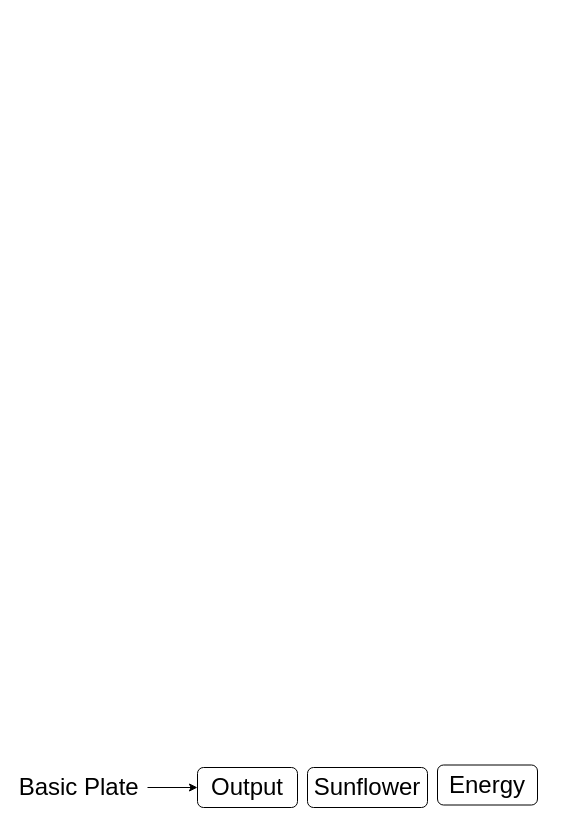
jak7b/modpackThings keeps this draw.io diagram as AutoBPlate.drawio. Above is the earlier version. Source tidied: cells renumbered, new cells numbered last; positions are measured from the earlier drawing's top-left corner, leaving out a move shared by most shapes. Both pictures are drawn from the tidied source at 100%, with x=0, y=0 at pixel (17, 765).
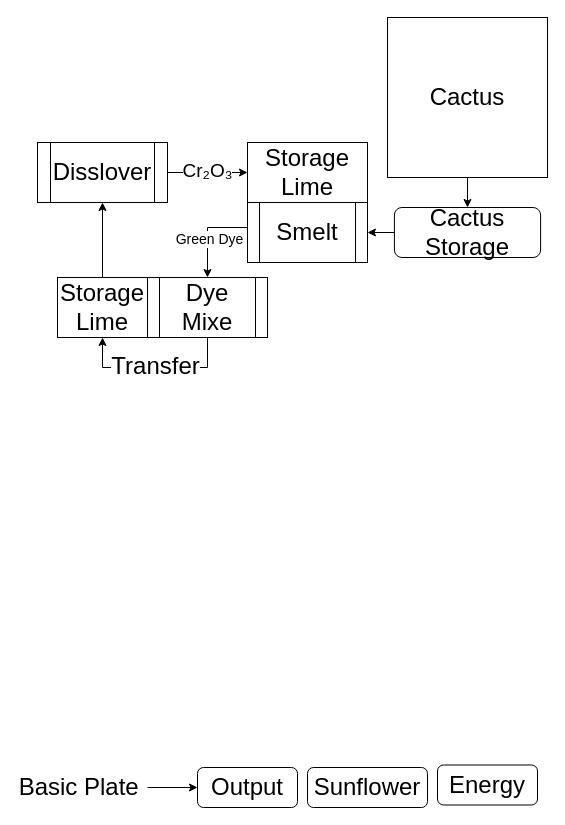
Above is the later version.

Change to the diagram source:
```diff
@@
+    <mxCell id="7" style="edgeStyle=orthogonalEdgeStyle;rounded=0;jettySize=auto;html=1;entryX=0.5;entryY=0;entryDx=0;entryDy=0;" parent="1" edge="1" source="8" target="10">
+      <mxGeometry relative="1" as="geometry" />
+    </mxCell>
+    <mxCell id="8" value="&lt;font style=&quot;font-size: 24px;&quot;&gt;Cactus&lt;/font&gt;" style="whiteSpace=wrap;html=1;" parent="1" vertex="1">
+      <mxGeometry x="370" y="-748" width="160" height="160" as="geometry" />
+    </mxCell>
+    <mxCell id="9" style="edgeStyle=orthogonalEdgeStyle;rounded=0;jettySize=auto;html=1;entryX=1;entryY=0.5;entryDx=0;entryDy=0;" parent="1" edge="1" source="10" target="13">
+      <mxGeometry relative="1" as="geometry" />
+    </mxCell>
+    <mxCell id="10" value="&lt;font style=&quot;font-size: 24px;&quot;&gt;Cactus Storage&lt;/font&gt;" style="rounded=1;whiteSpace=wrap;html=1;" parent="1" vertex="1">
+      <mxGeometry x="376.9" y="-558" width="146.2" height="50" as="geometry" />
+    </mxCell>
+    <mxCell id="11" style="edgeStyle=orthogonalEdgeStyle;rounded=0;jettySize=auto;html=1;entryX=0.5;entryY=0;entryDx=0;entryDy=0;" parent="1" edge="1" source="13" target="16">
+      <mxGeometry relative="1" as="geometry">
+        <Array as="points">
+          <mxPoint x="190" y="-538" />
+        </Array>
+      </mxGeometry>
+    </mxCell>
+    <mxCell id="12" value="&lt;font style=&quot;font-size: 14px;&quot;&gt;Green Dye&lt;/font&gt;" style="edgeLabel;html=1;align=center;verticalAlign=middle;" parent="11" vertex="1">
+      <mxGeometry x="0.14" y="1" relative="1" as="geometry" />
+    </mxCell>
+    <mxCell id="13" value="&lt;font style=&quot;font-size: 24px;&quot;&gt;Smelt&lt;/font&gt;" style="shape=process;whiteSpace=wrap;html=1;backgroundOutline=1;" parent="1" vertex="1">
+      <mxGeometry x="230" y="-563" width="120" height="60" as="geometry" />
+    </mxCell>
+    <mxCell id="14" style="edgeStyle=orthogonalEdgeStyle;rounded=0;jettySize=auto;html=1;entryX=0.5;entryY=1;entryDx=0;entryDy=0;" parent="1" edge="1" source="16" target="18">
+      <mxGeometry relative="1" as="geometry">
+        <Array as="points">
+          <mxPoint x="190" y="-398" />
+          <mxPoint x="85" y="-398" />
+        </Array>
+      </mxGeometry>
+    </mxCell>
+    <mxCell id="15" value="&lt;span style=&quot;font-size: 24px;&quot;&gt;Transfer&lt;br&gt;&lt;/span&gt;" style="edgeLabel;html=1;align=center;verticalAlign=middle;" parent="14" vertex="1">
+      <mxGeometry x="0.01" y="-2" relative="1" as="geometry" />
+    </mxCell>
+    <mxCell id="16" value="&lt;font style=&quot;font-size: 24px;&quot;&gt;Dye Mixe&lt;/font&gt;" style="shape=process;whiteSpace=wrap;html=1;backgroundOutline=1;" parent="1" vertex="1">
+      <mxGeometry x="130" y="-488" width="120" height="60" as="geometry" />
+    </mxCell>
+    <mxCell id="17" style="edgeStyle=orthogonalEdgeStyle;rounded=0;jettySize=auto;html=1;entryX=0.5;entryY=1;entryDx=0;entryDy=0;" parent="1" edge="1" source="18" target="21">
+      <mxGeometry relative="1" as="geometry" />
+    </mxCell>
+    <mxCell id="18" value="&lt;font style=&quot;font-size: 24px;&quot;&gt;Storage Lime&lt;/font&gt;" style="rounded=0;whiteSpace=wrap;html=1;" parent="1" vertex="1">
+      <mxGeometry x="40" y="-488" width="90" height="60" as="geometry" />
+    </mxCell>
+    <mxCell id="19" style="edgeStyle=orthogonalEdgeStyle;rounded=0;jettySize=auto;html=1;entryX=0;entryY=0.5;entryDx=0;entryDy=0;" parent="1" edge="1" source="21" target="22">
+      <mxGeometry relative="1" as="geometry" />
+    </mxCell>
+    <mxCell id="20" value="&lt;font style=&quot;font-size: 19px;&quot;&gt; Cr₂O₃&lt;/font&gt;" style="edgeLabel;html=1;align=center;verticalAlign=middle;" parent="19" vertex="1">
+      <mxGeometry x="-0.03" y="2" relative="1" as="geometry" />
+    </mxCell>
+    <mxCell id="21" value="&lt;span style=&quot;font-size: 24px;&quot;&gt;Disslover&lt;br&gt;&lt;/span&gt;" style="shape=process;whiteSpace=wrap;html=1;backgroundOutline=1;" parent="1" vertex="1">
+      <mxGeometry x="20" y="-623" width="130" height="60" as="geometry" />
+    </mxCell>
+    <mxCell id="22" value="&lt;font style=&quot;font-size: 24px;&quot;&gt;Storage Lime&lt;/font&gt;" style="rounded=0;whiteSpace=wrap;html=1;" parent="1" vertex="1">
+      <mxGeometry x="230" y="-623" width="120" height="60" as="geometry" />
+    </mxCell>
```
